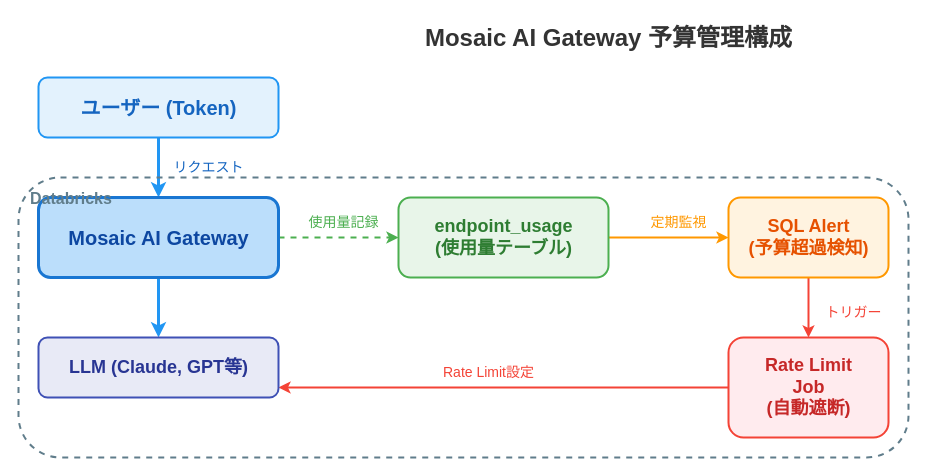
Earlier version of the draw.io diagram assets/2026-01-27-jedai-ai-gateway/overall-architecture.drawio (i9wa4/i9wa4.github.io). Source tidied: cells renumbered, new cells numbered last; positions are measured from the earlier drawing's top-left corner, leaving out a move shared by most shapes. Both pictures are drawn from the tidied source at 100%, with x=0, y=0 at pixel (18, 17).
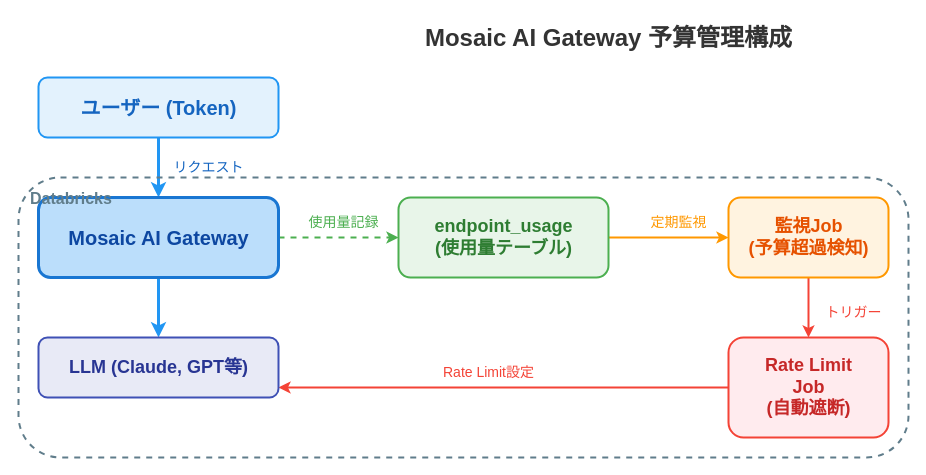
After the change.

What changed in the source:
```diff
@@
-    <mxCell id="18" value="SQL Alert&lt;br&gt;(予算超過検知)" style="text;html=1;fontSize=18;fontFamily=Noto Sans JP;fontStyle=1;fontColor=#E65100;align=center;verticalAlign=middle;" parent="1" vertex="1">
+    <mxCell id="18" value="監視Job&lt;br&gt;(予算超過検知)" style="text;html=1;fontSize=18;fontFamily=Noto Sans JP;fontStyle=1;fontColor=#E65100;align=center;verticalAlign=middle;" parent="1" vertex="1">
       <mxGeometry x="710" y="190" width="160" height="60" as="geometry" />
     </mxCell>
```
